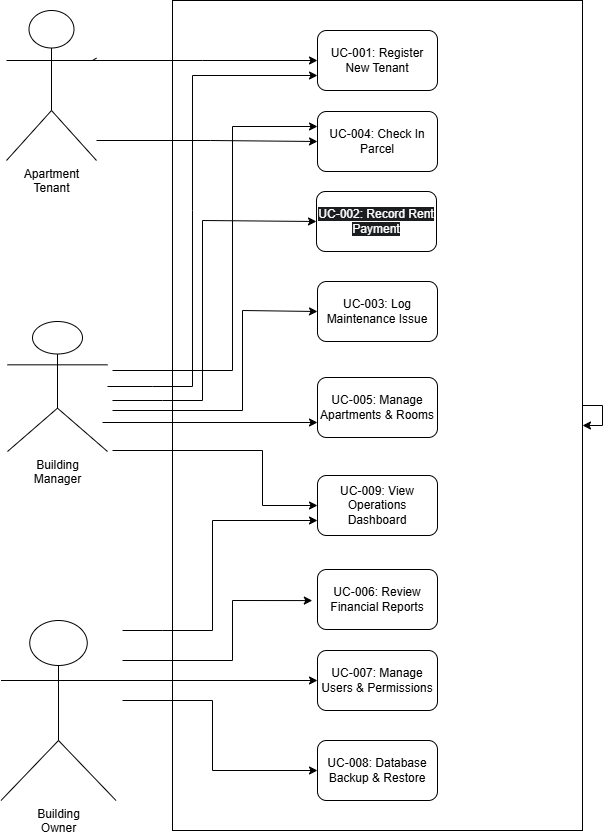
Above: documentation/SWE/UseCaseDiagram/UseCaseDiagram2.drawio.png in Medo-SM/ApartmentManagementSystem (draw.io), before the change. Source tidied: cells renumbered, new cells last; positions are measured from the earlier drawing's top-left corner, leaving out a move shared by most shapes. Source of this version:
```xml
<mxGraphModel>
  <root>
    <mxCell id="0" />
    <mxCell id="1" parent="0" />
    <mxCell id="2" style="rounded=0;whiteSpace=wrap;html=1;" parent="1" vertex="1">
      <mxGeometry x="172" width="410" height="830" as="geometry" />
    </mxCell>
    <mxCell id="3" value="&lt;span style=&quot;text-wrap-mode: wrap;&quot;&gt;Apartment Tenant&lt;/span&gt;" style="shape=umlActor;verticalLabelPosition=bottom;verticalAlign=top;html=1;outlineConnect=0;" parent="1" vertex="1">
      <mxGeometry x="6" y="10" width="90" height="150" as="geometry" />
    </mxCell>
    <mxCell id="4" value="&lt;span style=&quot;text-wrap-mode: wrap;&quot;&gt;Building Manager&lt;/span&gt;" style="shape=umlActor;verticalLabelPosition=bottom;verticalAlign=top;html=1;outlineConnect=0;" parent="1" vertex="1">
      <mxGeometry x="7" y="321" width="100" height="130" as="geometry" />
    </mxCell>
    <mxCell id="5" value="UC-001: Register New Tenant" style="rounded=1;whiteSpace=wrap;html=1;" parent="1" vertex="1">
      <mxGeometry x="317" y="30" width="120" height="60" as="geometry" />
    </mxCell>
    <mxCell id="6" value="&lt;span style=&quot;color: rgb(255, 255, 255); font-family: Helvetica; font-size: 12px; font-style: normal; font-variant-ligatures: normal; font-variant-caps: normal; font-weight: 400; letter-spacing: normal; orphans: 2; text-align: center; text-indent: 0px; text-transform: none; widows: 2; word-spacing: 0px; -webkit-text-stroke-width: 0px; white-space: normal; background-color: rgb(27, 29, 30); text-decoration-thickness: initial; text-decoration-style: initial; text-decoration-color: initial; display: inline !important; float: none;&quot;&gt;UC-002: Record Rent Payment&lt;/span&gt;" style="rounded=1;whiteSpace=wrap;html=1;" parent="1" vertex="1">
      <mxGeometry x="316" y="191" width="120" height="60" as="geometry" />
    </mxCell>
    <mxCell id="7" value="UC-004: Check In Parcel" style="rounded=1;whiteSpace=wrap;html=1;" parent="1" vertex="1">
      <mxGeometry x="317" y="111" width="120" height="60" as="geometry" />
    </mxCell>
    <mxCell id="8" value="UC-003: Log Maintenance Issue" style="rounded=1;whiteSpace=wrap;html=1;" parent="1" vertex="1">
      <mxGeometry x="317" y="281" width="120" height="60" as="geometry" />
    </mxCell>
    <mxCell id="9" value="UC-005: Manage Apartments &amp;amp; Rooms" style="rounded=1;whiteSpace=wrap;html=1;" parent="1" vertex="1">
      <mxGeometry x="317" y="377" width="120" height="60" as="geometry" />
    </mxCell>
    <mxCell id="10" value="UC-006: Review Financial Reports" style="rounded=1;whiteSpace=wrap;html=1;" parent="1" vertex="1">
      <mxGeometry x="317" y="569" width="120" height="60" as="geometry" />
    </mxCell>
    <mxCell id="11" value="UC-009: View Operations Dashboard" style="rounded=1;whiteSpace=wrap;html=1;" parent="1" vertex="1">
      <mxGeometry x="317" y="475" width="120" height="60" as="geometry" />
    </mxCell>
    <mxCell id="12" value="UC-007: Manage Users &amp;amp; Permissions" style="rounded=1;whiteSpace=wrap;html=1;" parent="1" vertex="1">
      <mxGeometry x="317" y="650" width="120" height="60" as="geometry" />
    </mxCell>
    <mxCell id="13" value="UC-008: Database Backup &amp;amp; Restore" style="rounded=1;whiteSpace=wrap;html=1;" parent="1" vertex="1">
      <mxGeometry x="317" y="740" width="120" height="60" as="geometry" />
    </mxCell>
    <mxCell id="14" style="edgeStyle=orthogonalEdgeStyle;rounded=0;orthogonalLoop=1;jettySize=auto;html=1;" parent="1" edge="1" source="2" target="2">
      <mxGeometry relative="1" as="geometry" />
    </mxCell>
    <mxCell id="15" value="&lt;span style=&quot;text-wrap-mode: wrap;&quot;&gt;Building Owner&lt;/span&gt;" style="shape=umlActor;verticalLabelPosition=bottom;verticalAlign=top;html=1;outlineConnect=0;" parent="1" vertex="1">
      <mxGeometry x="0.5" y="620" width="115" height="180" as="geometry" />
    </mxCell>
    <mxCell id="16" style="edgeStyle=orthogonalEdgeStyle;rounded=0;jettySize=auto;html=1;entryX=0;entryY=0.5;entryDx=0;entryDy=0;" parent="1" edge="1" source="3" target="7">
      <mxGeometry relative="1" as="geometry">
        <Array as="points">
          <mxPoint x="210" y="140" />
        </Array>
      </mxGeometry>
    </mxCell>
    <mxCell id="17" style="endArrow=classic;html=1;rounded=0;entryX=0;entryY=0.5;entryDx=0;entryDy=0;" parent="1" edge="1" source="3" target="5">
      <mxGeometry relative="1" as="geometry">
        <Array as="points">
          <mxPoint x="92" y="60" />
          <mxPoint x="202" y="60" />
        </Array>
      </mxGeometry>
    </mxCell>
    <mxCell id="18" style="endArrow=classic;html=1;rounded=0;entryX=0;entryY=0.25;entryDx=0;entryDy=0;" parent="1" edge="1" target="7">
      <mxGeometry relative="1" as="geometry">
        <mxPoint x="112" y="370" as="sourcePoint" />
        <Array as="points">
          <mxPoint x="232" y="370" />
          <mxPoint x="232" y="126" />
        </Array>
      </mxGeometry>
    </mxCell>
    <mxCell id="19" style="endArrow=classic;html=1;rounded=0;entryX=0;entryY=0.75;entryDx=0;entryDy=0;" parent="1" edge="1" source="4" target="5">
      <mxGeometry relative="1" as="geometry">
        <Array as="points">
          <mxPoint x="152" y="386" />
          <mxPoint x="192" y="386" />
          <mxPoint x="192" y="210" />
          <mxPoint x="192" y="75" />
        </Array>
      </mxGeometry>
    </mxCell>
    <mxCell id="20" style="endArrow=classic;html=1;rounded=0;entryX=0;entryY=0.5;entryDx=0;entryDy=0;" parent="1" edge="1" target="6">
      <mxGeometry relative="1" as="geometry">
        <mxPoint x="112" y="400" as="sourcePoint" />
        <Array as="points">
          <mxPoint x="162" y="400" />
          <mxPoint x="202" y="400" />
          <mxPoint x="202" y="220" />
        </Array>
      </mxGeometry>
    </mxCell>
    <mxCell id="21" style="endArrow=classic;html=1;rounded=0;entryX=0;entryY=0.5;entryDx=0;entryDy=0;" parent="1" edge="1" target="8">
      <mxGeometry relative="1" as="geometry">
        <mxPoint x="112" y="410" as="sourcePoint" />
        <Array as="points">
          <mxPoint x="242" y="410" />
          <mxPoint x="242" y="310" />
        </Array>
      </mxGeometry>
    </mxCell>
    <mxCell id="22" style="endArrow=classic;html=1;rounded=0;entryX=0;entryY=0.75;entryDx=0;entryDy=0;" parent="1" edge="1" target="9">
      <mxGeometry relative="1" as="geometry">
        <mxPoint x="102" y="422" as="sourcePoint" />
      </mxGeometry>
    </mxCell>
    <mxCell id="23" style="endArrow=classic;html=1;rounded=0;entryX=0;entryY=0.5;entryDx=0;entryDy=0;" parent="1" edge="1" target="11">
      <mxGeometry relative="1" as="geometry">
        <mxPoint x="112" y="450" as="sourcePoint" />
        <Array as="points">
          <mxPoint x="262" y="450" />
          <mxPoint x="262" y="505" />
        </Array>
      </mxGeometry>
    </mxCell>
    <mxCell id="24" style="endArrow=classic;html=1;rounded=0;entryX=0;entryY=0.75;entryDx=0;entryDy=0;" parent="1" edge="1" target="11">
      <mxGeometry relative="1" as="geometry">
        <mxPoint x="122" y="630" as="sourcePoint" />
        <Array as="points">
          <mxPoint x="162" y="630" />
          <mxPoint x="212" y="630" />
          <mxPoint x="212" y="520" />
        </Array>
      </mxGeometry>
    </mxCell>
    <mxCell id="25" style="endArrow=classic;html=1;rounded=0;entryX=0.341;entryY=0.723;entryDx=0;entryDy=0;entryPerimeter=0;" parent="1" edge="1" target="2">
      <mxGeometry relative="1" as="geometry">
        <mxPoint x="122" y="660" as="sourcePoint" />
        <Array as="points">
          <mxPoint x="232" y="660" />
          <mxPoint x="232" y="600" />
        </Array>
      </mxGeometry>
    </mxCell>
    <mxCell id="26" style="endArrow=classic;html=1;rounded=0;entryX=0;entryY=0.5;entryDx=0;entryDy=0;exitX=1;exitY=0.3333333333333333;exitDx=0;exitDy=0;exitPerimeter=0;" parent="1" edge="1" source="15" target="12">
      <mxGeometry relative="1" as="geometry" />
    </mxCell>
    <mxCell id="27" style="endArrow=classic;html=1;rounded=0;entryX=0;entryY=0.5;entryDx=0;entryDy=0;" parent="1" edge="1" target="13">
      <mxGeometry relative="1" as="geometry">
        <mxPoint x="122" y="700" as="sourcePoint" />
        <Array as="points">
          <mxPoint x="212" y="700" />
          <mxPoint x="212" y="770" />
        </Array>
      </mxGeometry>
    </mxCell>
  </root>
</mxGraphModel>
```
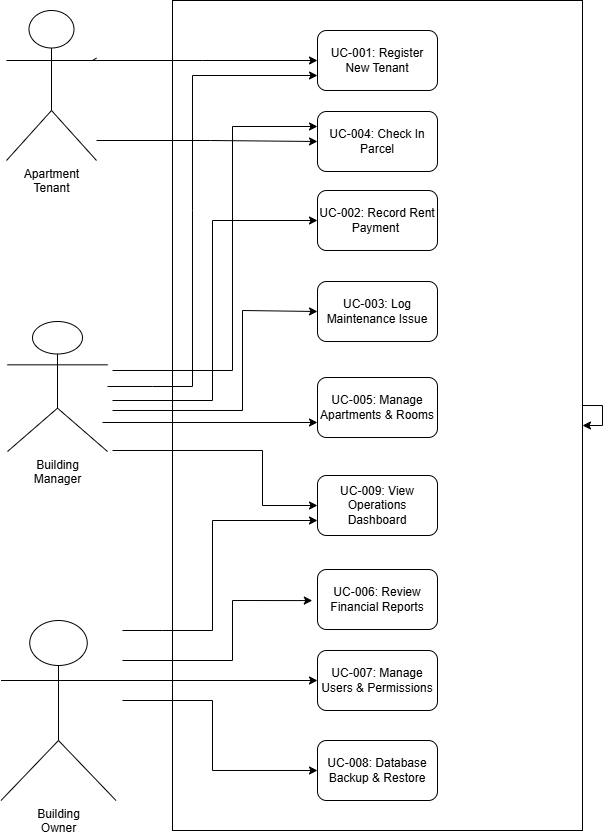
Later version of the same file.

What changed in the source:
```diff
@@ -14,9 +14,6 @@
     <mxCell id="5" value="UC-001: Register New Tenant" style="rounded=1;whiteSpace=wrap;html=1;" parent="1" vertex="1">
       <mxGeometry x="317" y="30" width="120" height="60" as="geometry" />
     </mxCell>
-    <mxCell id="6" value="&lt;span style=&quot;color: rgb(255, 255, 255); font-family: Helvetica; font-size: 12px; font-style: normal; font-variant-ligatures: normal; font-variant-caps: normal; font-weight: 400; letter-spacing: normal; orphans: 2; text-align: center; text-indent: 0px; text-transform: none; widows: 2; word-spacing: 0px; -webkit-text-stroke-width: 0px; white-space: normal; background-color: rgb(27, 29, 30); text-decoration-thickness: initial; text-decoration-style: initial; text-decoration-color: initial; display: inline !important; float: none;&quot;&gt;UC-002: Record Rent Payment&lt;/span&gt;" style="rounded=1;whiteSpace=wrap;html=1;" parent="1" vertex="1">
-      <mxGeometry x="316" y="191" width="120" height="60" as="geometry" />
-    </mxCell>
     <mxCell id="7" value="UC-004: Check In Parcel" style="rounded=1;whiteSpace=wrap;html=1;" parent="1" vertex="1">
       <mxGeometry x="317" y="111" width="120" height="60" as="geometry" />
     </mxCell>
@@ -78,16 +75,6 @@
         </Array>
       </mxGeometry>
     </mxCell>
-    <mxCell id="20" style="endArrow=classic;html=1;rounded=0;entryX=0;entryY=0.5;entryDx=0;entryDy=0;" parent="1" edge="1" target="6">
-      <mxGeometry relative="1" as="geometry">
-        <mxPoint x="112" y="400" as="sourcePoint" />
-        <Array as="points">
-          <mxPoint x="162" y="400" />
-          <mxPoint x="202" y="400" />
-          <mxPoint x="202" y="220" />
-        </Array>
-      </mxGeometry>
-    </mxCell>
     <mxCell id="21" style="endArrow=classic;html=1;rounded=0;entryX=0;entryY=0.5;entryDx=0;entryDy=0;" parent="1" edge="1" target="8">
       <mxGeometry relative="1" as="geometry">
         <mxPoint x="112" y="410" as="sourcePoint" />
@@ -142,5 +129,17 @@
         </Array>
       </mxGeometry>
     </mxCell>
+    <mxCell id="6" value="UC-002: Record Rent Payment&amp;nbsp;" style="rounded=1;whiteSpace=wrap;html=1;" parent="1" vertex="1">
+      <mxGeometry x="317" y="190" width="120" height="60" as="geometry" />
+    </mxCell>
+    <mxCell id="28" style="endArrow=classic;html=1;rounded=0;entryX=0;entryY=0.5;entryDx=0;entryDy=0;" parent="1" edge="1" target="6">
+      <mxGeometry relative="1" as="geometry">
+        <mxPoint x="112" y="400" as="sourcePoint" />
+        <Array as="points">
+          <mxPoint x="212" y="400" />
+          <mxPoint x="212" y="220" />
+        </Array>
+      </mxGeometry>
+    </mxCell>
   </root>
 </mxGraphModel>
```
